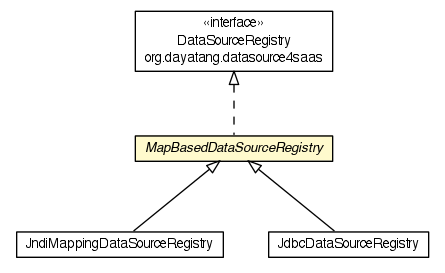
Above: apidocs/org/dayatang/datasource4saas/dsregistry/MapBasedDataSourceRegistry.png in dayatang/dddlib (Graphviz), before the change. Its source is kept beside it as apidocs/org/dayatang/datasource4saas/dsregistry/MapBasedDataSourceRegistry.dot. The source it was exported from:
```dot

digraph G {
	edge [fontname="Helvetica",fontsize=10,labelfontname="Helvetica",labelfontsize=10];
	node [fontname="Helvetica",fontsize=10,shape=plaintext];
	nodesep=0.25;
	ranksep=0.5;
	c64999 [label=<<table title="org.dayatang.datasource4saas.DataSourceRegistry" border="0" cellborder="1" cellspacing="0" cellpadding="2" port="p" href="../DataSourceRegistry.html">
		<tr><td><table border="0" cellspacing="0" cellpadding="1">
<tr><td align="center" balign="center"> &#171;interface&#187; </td></tr>
<tr><td align="center" balign="center"> DataSourceRegistry </td></tr>
<tr><td align="center" balign="center"> org.dayatang.datasource4saas </td></tr>
		</table></td></tr>
		</table>>, URL="../DataSourceRegistry.html", fontname="Helvetica", fontcolor="black", fontsize=10.0];
	c65009 [label=<<table title="org.dayatang.datasource4saas.dsregistry.MapBasedDataSourceRegistry" border="0" cellborder="1" cellspacing="0" cellpadding="2" port="p" bgcolor="lemonChiffon" href="./MapBasedDataSourceRegistry.html">
		<tr><td><table border="0" cellspacing="0" cellpadding="1">
<tr><td align="center" balign="center"><font face="Helvetica-Oblique"> MapBasedDataSourceRegistry </font></td></tr>
		</table></td></tr>
		</table>>, URL="./MapBasedDataSourceRegistry.html", fontname="Helvetica", fontcolor="black", fontsize=10.0];
	c65010 [label=<<table title="org.dayatang.datasource4saas.dsregistry.JndiMappingDataSourceRegistry" border="0" cellborder="1" cellspacing="0" cellpadding="2" port="p" href="./JndiMappingDataSourceRegistry.html">
		<tr><td><table border="0" cellspacing="0" cellpadding="1">
<tr><td align="center" balign="center"> JndiMappingDataSourceRegistry </td></tr>
		</table></td></tr>
		</table>>, URL="./JndiMappingDataSourceRegistry.html", fontname="Helvetica", fontcolor="black", fontsize=10.0];
	c65011 [label=<<table title="org.dayatang.datasource4saas.dsregistry.JdbcDataSourceRegistry" border="0" cellborder="1" cellspacing="0" cellpadding="2" port="p" href="./JdbcDataSourceRegistry.html">
		<tr><td><table border="0" cellspacing="0" cellpadding="1">
<tr><td align="center" balign="center"> JdbcDataSourceRegistry </td></tr>
		</table></td></tr>
		</table>>, URL="./JdbcDataSourceRegistry.html", fontname="Helvetica", fontcolor="black", fontsize=10.0];
	c64999:p -> c65009:p [dir=back,arrowtail=empty,style=dashed];
	c65009:p -> c65010:p [dir=back,arrowtail=empty];
	c65009:p -> c65011:p [dir=back,arrowtail=empty];
}
```
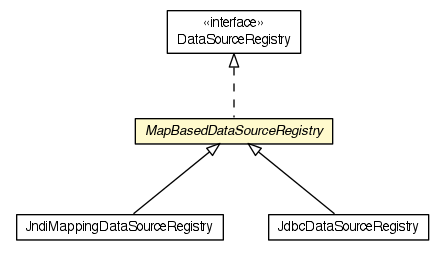
Above is the later version.

What changed in the source:
```diff
@@ -4,29 +4,28 @@
 	node [fontname="Helvetica",fontsize=10,shape=plaintext];
 	nodesep=0.25;
 	ranksep=0.5;
-	c64999 [label=<<table title="org.dayatang.datasource4saas.DataSourceRegistry" border="0" cellborder="1" cellspacing="0" cellpadding="2" port="p" href="../DataSourceRegistry.html">
+	c64765 [label=<<table title="org.dayatang.datasource4saas.DataSourceRegistry" border="0" cellborder="1" cellspacing="0" cellpadding="2" port="p" href="../DataSourceRegistry.html">
 		<tr><td><table border="0" cellspacing="0" cellpadding="1">
 <tr><td align="center" balign="center"> &#171;interface&#187; </td></tr>
 <tr><td align="center" balign="center"> DataSourceRegistry </td></tr>
-<tr><td align="center" balign="center"> org.dayatang.datasource4saas </td></tr>
 		</table></td></tr>
 		</table>>, URL="../DataSourceRegistry.html", fontname="Helvetica", fontcolor="black", fontsize=10.0];
-	c65009 [label=<<table title="org.dayatang.datasource4saas.dsregistry.MapBasedDataSourceRegistry" border="0" cellborder="1" cellspacing="0" cellpadding="2" port="p" bgcolor="lemonChiffon" href="./MapBasedDataSourceRegistry.html">
+	c64775 [label=<<table title="org.dayatang.datasource4saas.dsregistry.MapBasedDataSourceRegistry" border="0" cellborder="1" cellspacing="0" cellpadding="2" port="p" bgcolor="lemonChiffon" href="./MapBasedDataSourceRegistry.html">
 		<tr><td><table border="0" cellspacing="0" cellpadding="1">
 <tr><td align="center" balign="center"><font face="Helvetica-Oblique"> MapBasedDataSourceRegistry </font></td></tr>
 		</table></td></tr>
 		</table>>, URL="./MapBasedDataSourceRegistry.html", fontname="Helvetica", fontcolor="black", fontsize=10.0];
-	c65010 [label=<<table title="org.dayatang.datasource4saas.dsregistry.JndiMappingDataSourceRegistry" border="0" cellborder="1" cellspacing="0" cellpadding="2" port="p" href="./JndiMappingDataSourceRegistry.html">
+	c64776 [label=<<table title="org.dayatang.datasource4saas.dsregistry.JndiMappingDataSourceRegistry" border="0" cellborder="1" cellspacing="0" cellpadding="2" port="p" href="./JndiMappingDataSourceRegistry.html">
 		<tr><td><table border="0" cellspacing="0" cellpadding="1">
 <tr><td align="center" balign="center"> JndiMappingDataSourceRegistry </td></tr>
 		</table></td></tr>
 		</table>>, URL="./JndiMappingDataSourceRegistry.html", fontname="Helvetica", fontcolor="black", fontsize=10.0];
-	c65011 [label=<<table title="org.dayatang.datasource4saas.dsregistry.JdbcDataSourceRegistry" border="0" cellborder="1" cellspacing="0" cellpadding="2" port="p" href="./JdbcDataSourceRegistry.html">
+	c64777 [label=<<table title="org.dayatang.datasource4saas.dsregistry.JdbcDataSourceRegistry" border="0" cellborder="1" cellspacing="0" cellpadding="2" port="p" href="./JdbcDataSourceRegistry.html">
 		<tr><td><table border="0" cellspacing="0" cellpadding="1">
 <tr><td align="center" balign="center"> JdbcDataSourceRegistry </td></tr>
 		</table></td></tr>
 		</table>>, URL="./JdbcDataSourceRegistry.html", fontname="Helvetica", fontcolor="black", fontsize=10.0];
-	c64999:p -> c65009:p [dir=back,arrowtail=empty,style=dashed];
-	c65009:p -> c65010:p [dir=back,arrowtail=empty];
-	c65009:p -> c65011:p [dir=back,arrowtail=empty];
+	c64765:p -> c64775:p [dir=back,arrowtail=empty,style=dashed];
+	c64775:p -> c64776:p [dir=back,arrowtail=empty];
+	c64775:p -> c64777:p [dir=back,arrowtail=empty];
 }
```
